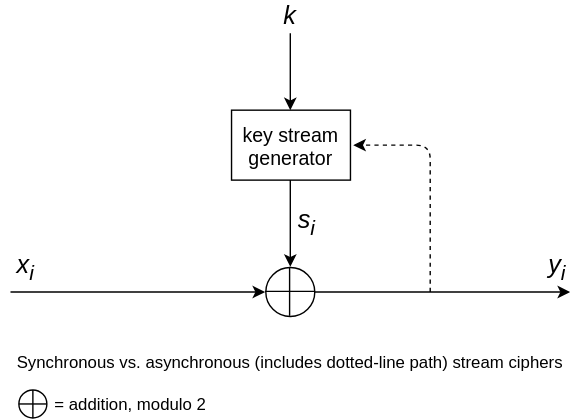
Earlier version of the draw.io export diagrams/asynchStream.svg (jinjagit/Cryptography). Source tidied: cells renumbered, new cells last; positions are measured from the earlier drawing's top-left corner, leaving out a move shared by most shapes.
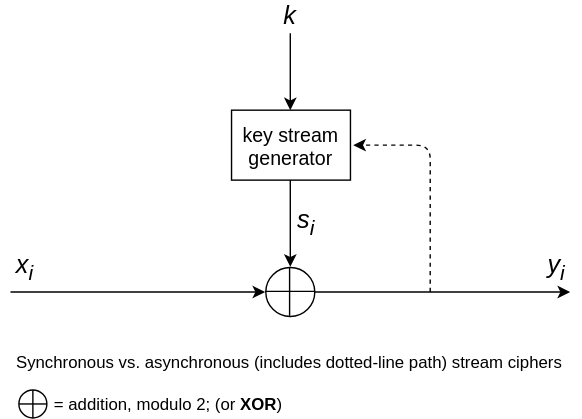
After the change.

Change to the diagram source:
```diff
@@ -55,8 +55,8 @@
     <mxCell id="14" style="shape=orEllipse;perimeter=ellipsePerimeter;whiteSpace=wrap;html=1;gradientColor=none;" parent="1" vertex="1">
       <mxGeometry x="7" y="278" width="20" height="20" as="geometry" />
     </mxCell>
-    <mxCell id="15" value="&lt;div style=&quot;text-align: left&quot;&gt;&lt;span&gt;= addition, modulo 2&lt;/span&gt;&lt;/div&gt;" style="text;html=1;strokeColor=none;fillColor=none;align=center;verticalAlign=middle;whiteSpace=wrap;rounded=0;" parent="1" vertex="1">
-      <mxGeometry x="26" y="278" width="120" height="20" as="geometry" />
+    <mxCell id="15" value="&lt;div style=&quot;text-align: left&quot;&gt;= addition, modulo 2; (or &lt;b&gt;XOR&lt;/b&gt;)&lt;/div&gt;" style="text;html=1;strokeColor=none;fillColor=none;align=center;verticalAlign=middle;whiteSpace=wrap;rounded=0;" parent="1" vertex="1">
+      <mxGeometry x="26" y="278" width="175" height="20" as="geometry" />
     </mxCell>
   </root>
 </mxGraphModel>
```
